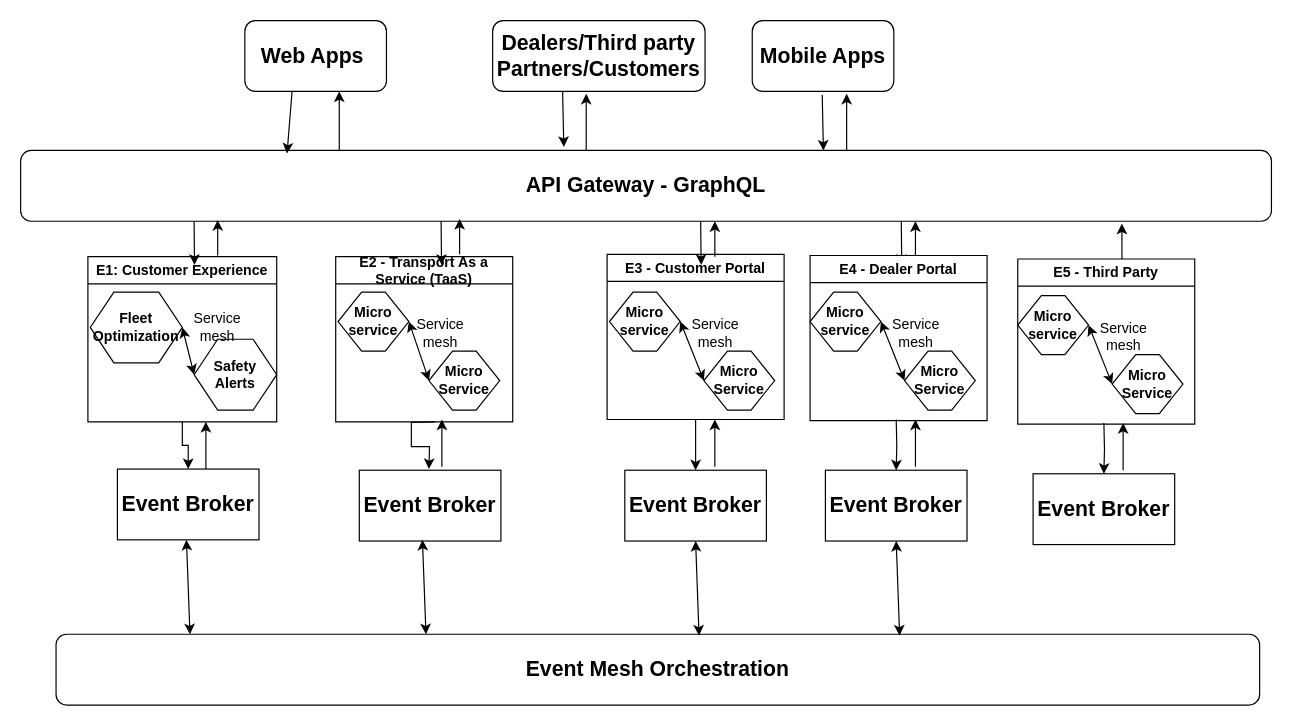
Above: Untitled Diagram.drawio in atheeswaran/Dissertation_VehicleAPIPlatform (draw.io), before the change. Source tidied: cells renumbered, new cells numbered last; positions are measured from the earlier drawing's top-left corner, leaving out a move shared by most shapes. Both pictures are drawn from the tidied source at 118%, with x=0, y=0 at pixel (20, 20).
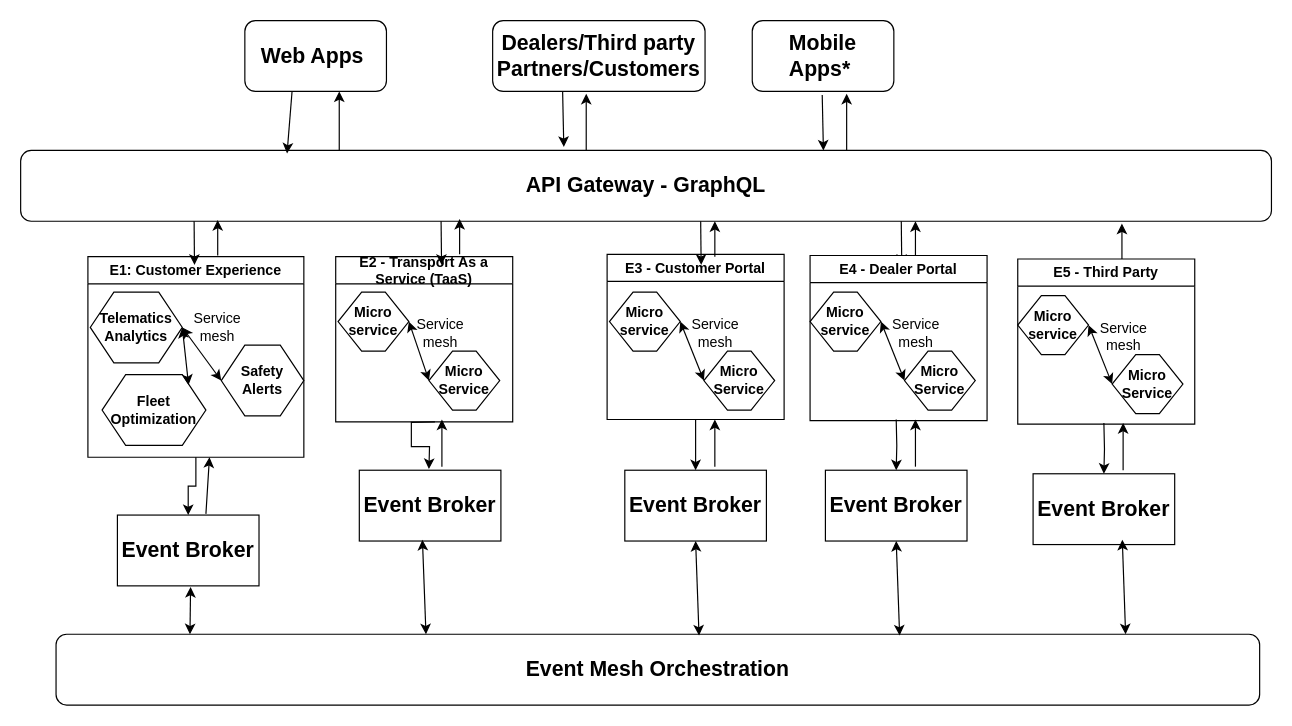
Above is the later version.

The change refers to these unchanged cells:
```xml
<mxCell id="11" value="Service mesh" style="text;html=1;strokeColor=none;fillColor=none;align=center;verticalAlign=middle;whiteSpace=wrap;rounded=0;" parent="7" vertex="1">
  <mxGeometry x="80" y="45" width="60" height="30" as="geometry" />
</mxCell>
```

The edit, as a diff of the source:
```diff
@@
-    <mxCell id="5" value="&lt;b&gt;&lt;font style=&quot;font-size: 18px;&quot;&gt;Mobile Apps&lt;/font&gt;&lt;/b&gt;" style="rounded=1;whiteSpace=wrap;html=1;" parent="1" vertex="1">
+    <mxCell id="5" value="&lt;b&gt;&lt;font style=&quot;font-size: 18px;&quot;&gt;Mobile Apps*&amp;nbsp;&lt;/font&gt;&lt;/b&gt;" style="rounded=1;whiteSpace=wrap;html=1;" parent="1" vertex="1">
       <mxGeometry x="620" width="120" height="60" as="geometry" />
     </mxCell>
@@
     <mxCell id="7" value="E1: Customer Experience" style="swimlane;whiteSpace=wrap;html=1;" parent="1" vertex="1">
-      <mxGeometry x="57" y="200" width="160" height="140" as="geometry" />
+      <mxGeometry x="57" y="200" width="183" height="170" as="geometry" />
     </mxCell>
-    <mxCell id="8" value="&lt;b&gt;Fleet Optimization&lt;/b&gt;" style="shape=hexagon;perimeter=hexagonPerimeter2;whiteSpace=wrap;html=1;fixedSize=1;" parent="7" vertex="1">
+    <mxCell id="8" value="&lt;b&gt;Telematics Analytics&lt;/b&gt;" style="shape=hexagon;perimeter=hexagonPerimeter2;whiteSpace=wrap;html=1;fixedSize=1;" parent="7" vertex="1">
       <mxGeometry x="2" y="30" width="78" height="60" as="geometry" />
     </mxCell>
     <mxCell id="9" value="&lt;b&gt;Safety Alerts&lt;/b&gt;" style="shape=hexagon;perimeter=hexagonPerimeter2;whiteSpace=wrap;html=1;fixedSize=1;" parent="7" vertex="1">
-      <mxGeometry x="90" y="70" width="70" height="60" as="geometry" />
+      <mxGeometry x="113" y="75" width="70" height="60" as="geometry" />
     </mxCell>
@@
+    <mxCell id="66" value="&lt;b&gt;Fleet Optimization&lt;/b&gt;" style="shape=hexagon;perimeter=hexagonPerimeter2;whiteSpace=wrap;html=1;fixedSize=1;" parent="7" vertex="1">
+      <mxGeometry x="12" y="100" width="88" height="60" as="geometry" />
+    </mxCell>
+    <mxCell id="67" style="endArrow=classic;startArrow=classic;html=1;rounded=0;exitX=0;exitY=0.5;exitDx=0;exitDy=0;entryX=0.833;entryY=0.145;entryDx=0;entryDy=0;entryPerimeter=0;" parent="7" edge="1" source="11" target="66">
+      <mxGeometry relative="1" as="geometry" />
+    </mxCell>
@@
     <mxCell id="17" value="&lt;b&gt;&lt;font style=&quot;font-size: 18px;&quot;&gt;Event Broker&lt;/font&gt;&lt;/b&gt;" style="rounded=0;whiteSpace=wrap;html=1;" parent="1" vertex="1">
-      <mxGeometry x="82" y="380" width="120" height="60" as="geometry" />
+      <mxGeometry x="82" y="419" width="120" height="60" as="geometry" />
     </mxCell>
@@
-    <mxCell id="39" style="endArrow=classic;startArrow=classic;html=1;rounded=0;entryX=0.5;entryY=1;entryDx=0;entryDy=0;exitX=0.803;exitY=0.019;exitDx=0;exitDy=0;exitPerimeter=0;" parent="1" edge="1">
+    <mxCell id="39" style="endArrow=classic;startArrow=classic;html=1;rounded=0;exitX=0.803;exitY=0.019;exitDx=0;exitDy=0;exitPerimeter=0;" parent="1" edge="1">
       <mxGeometry relative="1" as="geometry">
         <mxPoint x="143.5" y="520" as="sourcePoint" />
-        <mxPoint x="140.5" y="440" as="targetPoint" />
+        <mxPoint x="144" y="480" as="targetPoint" />
       </mxGeometry>
     </mxCell>
@@
     <mxCell id="43" style="endArrow=classic;html=1;rounded=0;" parent="1" edge="1">
       <mxGeometry relative="1" as="geometry">
-        <mxPoint x="157" y="380" as="sourcePoint" />
-        <mxPoint x="157" y="340" as="targetPoint" />
+        <mxPoint x="157" y="418" as="sourcePoint" />
+        <mxPoint x="160" y="370" as="targetPoint" />
       </mxGeometry>
     </mxCell>
@@
+    <mxCell id="68" style="endArrow=classic;startArrow=classic;html=1;rounded=0;entryX=0.5;entryY=1;entryDx=0;entryDy=0;exitX=0.803;exitY=0.019;exitDx=0;exitDy=0;exitPerimeter=0;" parent="1" edge="1">
+      <mxGeometry relative="1" as="geometry">
+        <mxPoint x="936.4" y="520" as="sourcePoint" />
+        <mxPoint x="933.6" y="439.9" as="targetPoint" />
+      </mxGeometry>
+    </mxCell>
```
